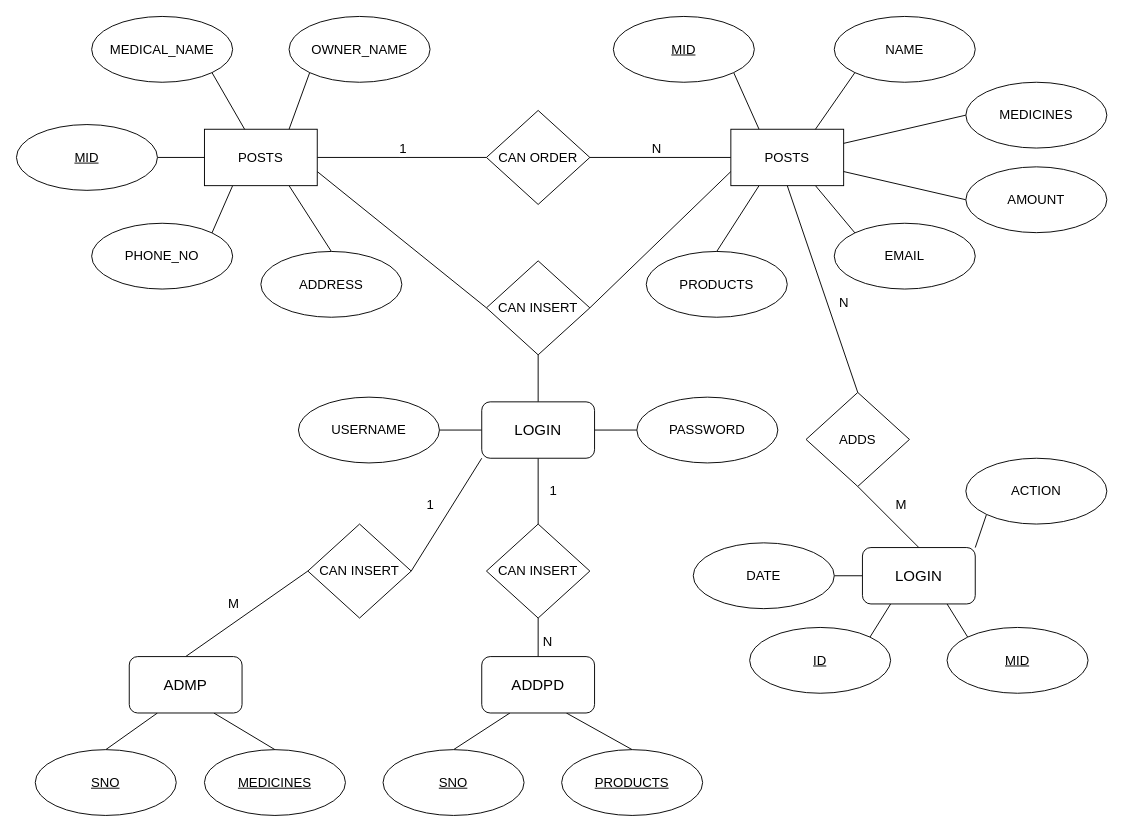
This is Er.drawio from Akp-arvind/dbms_mini_project_medical, a draw.io file, before an edit. Source tidied: cells renumbered, new cells numbered last; positions are measured from the earlier drawing's top-left corner, leaving out a move shared by most shapes. Both pictures are drawn from the tidied source at 94%, with x=0, y=0 at pixel (16, 16).
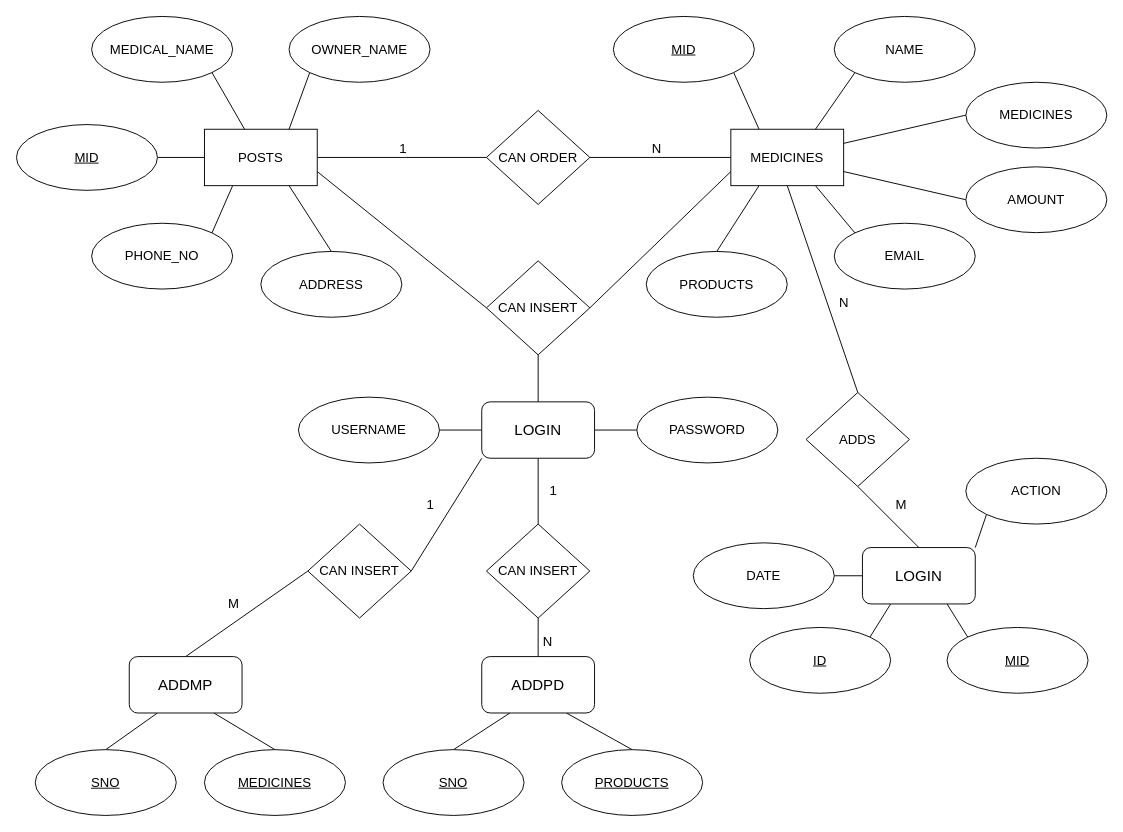
The same page after the edit.

What changed in the source:
```diff
@@
-    <mxCell id="30" value="POSTS" style="rounded=0;whiteSpace=wrap;html=1;fontSize=14;" parent="1" vertex="1">
+    <mxCell id="30" value="MEDICINES" style="rounded=0;whiteSpace=wrap;html=1;fontSize=14;" parent="1" vertex="1">
       <mxGeometry x="760" y="120" width="120" height="60" as="geometry" />
     </mxCell>
@@
-    <mxCell id="70" value="&lt;font style=&quot;font-size: 16px;&quot;&gt;ADMP&lt;/font&gt;" style="rounded=1;whiteSpace=wrap;html=1;fontSize=14;" parent="1" vertex="1">
+    <mxCell id="70" value="&lt;font style=&quot;font-size: 16px;&quot;&gt;ADDMP&lt;/font&gt;" style="rounded=1;whiteSpace=wrap;html=1;fontSize=14;" parent="1" vertex="1">
       <mxGeometry x="120" y="681" width="120" height="60" as="geometry" />
     </mxCell>
```
